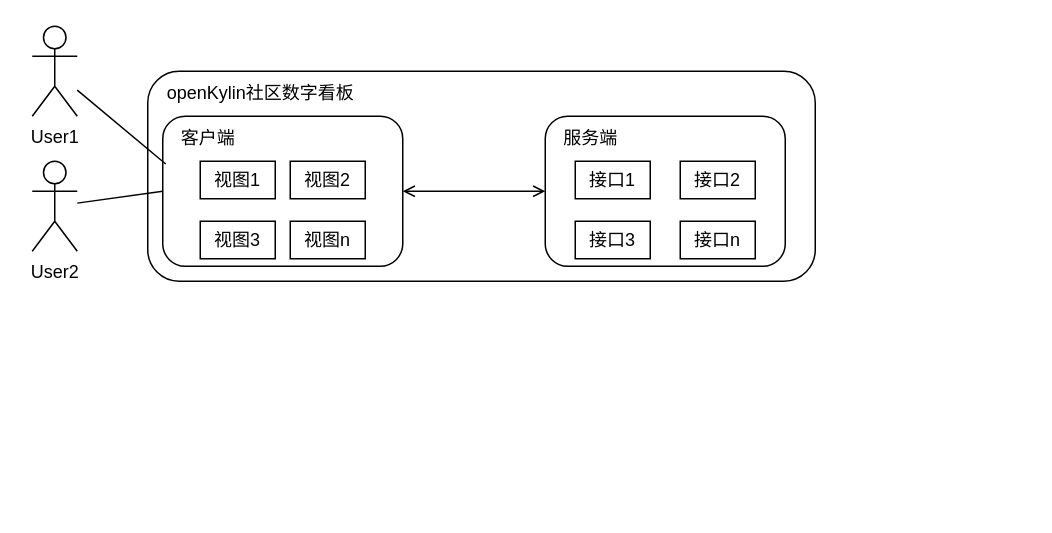
This is 上下文视图.drawio from weijiang1994/draw-io, a draw.io file, before an edit. Source tidied: cells renumbered, new cells numbered last; positions are measured from the earlier drawing's top-left corner, leaving out a move shared by most shapes. Both pictures are drawn from the tidied source at 150%, with x=0, y=0 at pixel (32, 26).
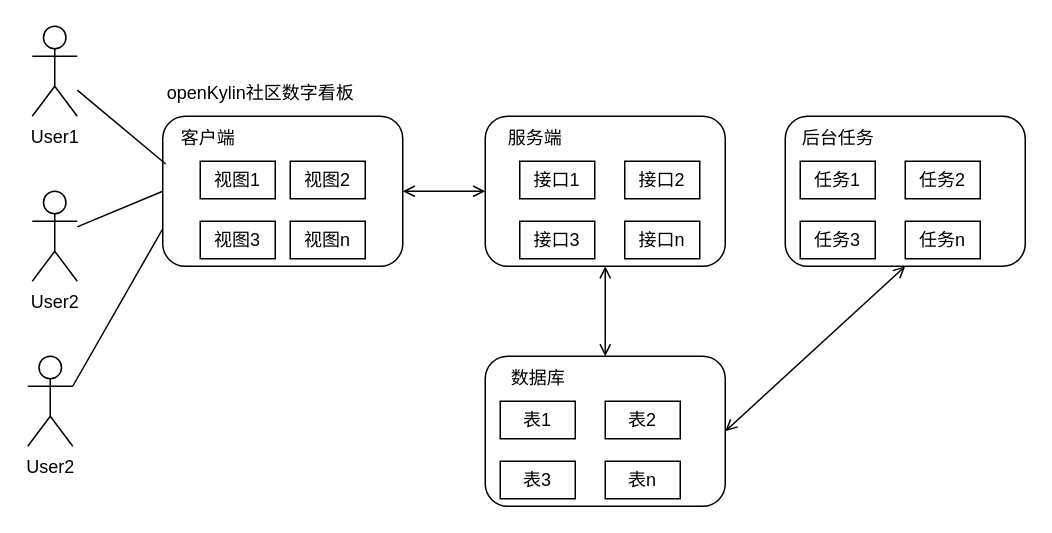
Above is the later version.

Commit message (it also covers changes not shown here):
更新上下文视图.drawio

Unchanged cells that the change refers to:
```xml
<mxCell id="6" style="rounded=1;whiteSpace=wrap;html=1;" parent="1" vertex="1">
  <mxGeometry x="87" y="60" width="160" height="100" as="geometry" />
</mxCell>
<mxCell id="7" value="客户端" style="text;html=1;align=center;verticalAlign=middle;points=[];strokeColor=none;fillColor=none;" parent="1" vertex="1">
  <mxGeometry x="87" y="60" width="60" height="30" as="geometry" />
</mxCell>
```

The edit, as a diff of the source:
```diff
@@
-    <mxCell id="2" style="rounded=1;whiteSpace=wrap;html=1;" parent="1" vertex="1">
-      <mxGeometry x="77" y="30" width="445" height="140" as="geometry" />
-    </mxCell>
@@
     <mxCell id="4" value="User2" style="shape=umlActor;verticalLabelPosition=bottom;verticalAlign=top;html=1;outlineConnect=0;" parent="1" vertex="1">
-      <mxGeometry y="90" width="30" height="60" as="geometry" />
+      <mxGeometry y="110" width="30" height="60" as="geometry" />
     </mxCell>
@@
+    <mxCell id="20" value="openKylin社区数字看板" style="text;html=1;align=center;verticalAlign=middle;strokeColor=none;fillColor=none;" parent="1" vertex="1">
+      <mxGeometry x="77" y="30" width="150" height="30" as="geometry" />
+    </mxCell>
+    <mxCell id="21" style="edgeStyle=none;rounded=0;jettySize=auto;html=1;entryX=0.033;entryY=1.062;entryDx=0;entryDy=0;entryPerimeter=0;startArrow=none;startFill=0;endArrow=none;endFill=0;" parent="1" edge="1" source="22" target="7">
+      <mxGeometry relative="1" as="geometry" />
+    </mxCell>
+    <mxCell id="22" value="User1" style="shape=umlActor;verticalLabelPosition=bottom;verticalAlign=top;html=1;outlineConnect=0;" parent="1" vertex="1">
+      <mxGeometry width="30" height="60" as="geometry" />
+    </mxCell>
+    <mxCell id="23" style="group;" parent="1" vertex="1">
+      <mxGeometry x="302" y="60" width="160" height="100" as="geometry" />
+    </mxCell>
-    <mxCell id="13" style="rounded=1;whiteSpace=wrap;html=1;" parent="1" vertex="1">
-      <mxGeometry x="342" y="60" width="160" height="100" as="geometry" />
+    <mxCell id="13" style="rounded=1;whiteSpace=wrap;html=1;" parent="23" vertex="1">
+      <mxGeometry width="160" height="100" as="geometry" />
     </mxCell>
-    <mxCell id="14" style="group;" parent="1" vertex="1">
-      <mxGeometry x="362" y="90" width="120" height="65" as="geometry" />
+    <mxCell id="14" style="group;" parent="23" vertex="1">
+      <mxGeometry x="23" y="30" width="120" height="65" as="geometry" />
     </mxCell>
@@
-    <mxCell id="19" value="服务端" style="text;html=1;align=center;verticalAlign=middle;strokeColor=none;fillColor=none;" parent="1" vertex="1">
-      <mxGeometry x="342" y="60" width="60" height="30" as="geometry" />
+    <mxCell id="19" value="服务端" style="text;html=1;align=center;verticalAlign=middle;strokeColor=none;fillColor=none;" parent="23" vertex="1">
+      <mxGeometry x="3" width="60" height="30" as="geometry" />
     </mxCell>
-    <mxCell id="20" value="openKylin社区数字看板" style="text;html=1;align=center;verticalAlign=middle;strokeColor=none;fillColor=none;" parent="1" vertex="1">
-      <mxGeometry x="77" y="30" width="150" height="30" as="geometry" />
-    </mxCell>
-    <mxCell id="21" style="edgeStyle=none;rounded=0;jettySize=auto;html=1;entryX=0.033;entryY=1.062;entryDx=0;entryDy=0;entryPerimeter=0;startArrow=none;startFill=0;endArrow=none;endFill=0;" parent="1" edge="1" source="22" target="7">
-      <mxGeometry relative="1" as="geometry" />
-    </mxCell>
-    <mxCell id="22" value="User1" style="shape=umlActor;verticalLabelPosition=bottom;verticalAlign=top;html=1;outlineConnect=0;" parent="1" vertex="1">
-      <mxGeometry width="30" height="60" as="geometry" />
-    </mxCell>
+    <mxCell id="24" style="group;" parent="1" vertex="1">
+      <mxGeometry x="502" y="60" width="160" height="100" as="geometry" />
+    </mxCell>
+    <mxCell id="25" style="rounded=1;whiteSpace=wrap;html=1;" parent="24" vertex="1">
+      <mxGeometry width="160" height="100" as="geometry" />
+    </mxCell>
+    <mxCell id="26" value="后台任务" style="text;html=1;align=center;verticalAlign=middle;strokeColor=none;fillColor=none;" parent="24" vertex="1">
+      <mxGeometry width="70" height="30" as="geometry" />
+    </mxCell>
+    <mxCell id="27" value="任务1" style="rounded=0;whiteSpace=wrap;html=1;" parent="24" vertex="1">
+      <mxGeometry x="10" y="30" width="50" height="25" as="geometry" />
+    </mxCell>
+    <mxCell id="28" value="任务2" style="rounded=0;whiteSpace=wrap;html=1;" parent="24" vertex="1">
+      <mxGeometry x="80" y="30" width="50" height="25" as="geometry" />
+    </mxCell>
+    <mxCell id="29" value="任务3" style="rounded=0;whiteSpace=wrap;html=1;" parent="24" vertex="1">
+      <mxGeometry x="10" y="70" width="50" height="25" as="geometry" />
+    </mxCell>
+    <mxCell id="30" value="任务n" style="rounded=0;whiteSpace=wrap;html=1;" parent="24" vertex="1">
+      <mxGeometry x="80" y="70" width="50" height="25" as="geometry" />
+    </mxCell>
+    <mxCell id="31" style="group;" parent="1" vertex="1">
+      <mxGeometry x="302" y="220" width="160" height="100" as="geometry" />
+    </mxCell>
+    <mxCell id="32" style="rounded=1;whiteSpace=wrap;html=1;" parent="31" vertex="1">
+      <mxGeometry width="160" height="100" as="geometry" />
+    </mxCell>
+    <mxCell id="33" value="数据库" style="text;html=1;align=center;verticalAlign=middle;strokeColor=none;fillColor=none;" parent="31" vertex="1">
+      <mxGeometry x="5" width="60" height="30" as="geometry" />
+    </mxCell>
+    <mxCell id="34" value="表1" style="rounded=0;whiteSpace=wrap;html=1;" parent="31" vertex="1">
+      <mxGeometry x="10" y="30" width="50" height="25" as="geometry" />
+    </mxCell>
+    <mxCell id="35" value="表2" style="rounded=0;whiteSpace=wrap;html=1;" parent="31" vertex="1">
+      <mxGeometry x="80" y="30" width="50" height="25" as="geometry" />
+    </mxCell>
+    <mxCell id="36" value="表3" style="rounded=0;whiteSpace=wrap;html=1;" parent="31" vertex="1">
+      <mxGeometry x="10" y="70" width="50" height="25" as="geometry" />
+    </mxCell>
+    <mxCell id="37" value="表n" style="rounded=0;whiteSpace=wrap;html=1;" parent="31" vertex="1">
+      <mxGeometry x="80" y="70" width="50" height="25" as="geometry" />
+    </mxCell>
+    <mxCell id="38" style="edgeStyle=none;rounded=0;jettySize=auto;html=1;exitX=0.5;exitY=1;exitDx=0;exitDy=0;entryX=0.5;entryY=0;entryDx=0;entryDy=0;startArrow=open;startFill=0;endArrow=open;endFill=0;" parent="1" edge="1" source="13" target="32">
+      <mxGeometry relative="1" as="geometry" />
+    </mxCell>
+    <mxCell id="39" style="edgeStyle=none;rounded=0;jettySize=auto;html=1;exitX=0.5;exitY=1;exitDx=0;exitDy=0;entryX=1;entryY=0.5;entryDx=0;entryDy=0;startArrow=open;startFill=0;endArrow=open;endFill=0;" parent="1" edge="1" source="25" target="32">
+      <mxGeometry relative="1" as="geometry" />
+    </mxCell>
+    <mxCell id="40" style="edgeStyle=none;rounded=0;jettySize=auto;html=1;exitX=1;exitY=0.3333333333333333;exitDx=0;exitDy=0;exitPerimeter=0;entryX=0;entryY=0.75;entryDx=0;entryDy=0;startArrow=none;startFill=0;endArrow=none;endFill=0;" parent="1" edge="1" source="41" target="6">
+      <mxGeometry relative="1" as="geometry" />
+    </mxCell>
+    <mxCell id="41" value="User2" style="shape=umlActor;verticalLabelPosition=bottom;verticalAlign=top;html=1;outlineConnect=0;" parent="1" vertex="1">
+      <mxGeometry x="-3" y="220" width="30" height="60" as="geometry" />
+    </mxCell>
```
